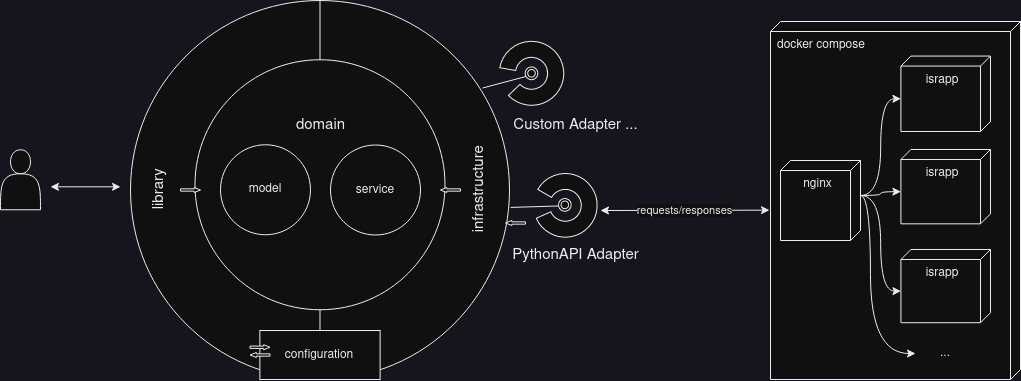
The draw.io diagram images/architecture.png in europeana/metis-image-enhancer, before a commit. Source tidied: cells renumbered, new cells last; positions are measured from the earlier drawing's top-left corner, leaving out a move shared by most shapes. The source it was exported from:
```xml
<mxGraphModel>
  <root>
    <mxCell id="0" />
    <mxCell id="1" parent="0" />
    <mxCell id="2" style="ellipse;whiteSpace=wrap;html=1;" parent="1" vertex="1">
      <mxGeometry x="130" width="379" height="379" as="geometry" />
    </mxCell>
    <mxCell id="3" style="endArrow=none;html=1;rounded=0;exitX=0.5;exitY=1;exitDx=0;exitDy=0;entryX=0.5;entryY=0;entryDx=0;entryDy=0;" parent="1" edge="1" source="11" target="2">
      <mxGeometry relative="1" as="geometry" />
    </mxCell>
    <mxCell id="4" style="ellipse;whiteSpace=wrap;html=1;" parent="1" vertex="1">
      <mxGeometry x="194.5" y="59.2" width="250" height="250" as="geometry" />
    </mxCell>
    <mxCell id="5" value="domain" style="text;strokeColor=none;fillColor=none;html=1;fontSize=15;fontStyle=0;verticalAlign=middle;align=center;" parent="1" vertex="1">
      <mxGeometry x="269.5" y="104.5" width="100" height="40" as="geometry" />
    </mxCell>
    <mxCell id="6" value="library" style="text;strokeColor=none;fillColor=none;html=1;fontSize=15;fontStyle=0;verticalAlign=middle;align=center;rotation=-90;" parent="1" vertex="1">
      <mxGeometry x="110" y="169.2" width="100" height="40" as="geometry" />
    </mxCell>
    <mxCell id="7" value="infrastructure" style="text;strokeColor=none;fillColor=none;html=1;fontSize=15;fontStyle=0;verticalAlign=middle;align=center;rotation=-90;" parent="1" vertex="1">
      <mxGeometry x="430" y="169.2" width="100" height="40" as="geometry" />
    </mxCell>
    <mxCell id="8" value="model" style="ellipse;whiteSpace=wrap;html=1;" parent="1" vertex="1">
      <mxGeometry x="220" y="144.2" width="90" height="90" as="geometry" />
    </mxCell>
    <mxCell id="9" value="service" style="ellipse;whiteSpace=wrap;html=1;" parent="1" vertex="1">
      <mxGeometry x="330" y="144.5" width="90" height="90" as="geometry" />
    </mxCell>
    <mxCell id="10" style="endArrow=none;html=1;rounded=0;exitX=0.5;exitY=1;exitDx=0;exitDy=0;entryX=0.5;entryY=0;entryDx=0;entryDy=0;" parent="1" edge="1" source="2" target="11">
      <mxGeometry relative="1" as="geometry" />
    </mxCell>
    <mxCell id="11" value="configuration" style="rounded=0;whiteSpace=wrap;html=1;" parent="1" vertex="1">
      <mxGeometry x="259.4" y="330" width="120.2" height="49" as="geometry" />
    </mxCell>
    <mxCell id="12" value="PythonAPI Adapter" style="text;strokeColor=none;fillColor=none;html=1;fontSize=15;fontStyle=0;verticalAlign=middle;align=center;" parent="1" vertex="1">
      <mxGeometry x="525" y="234.5" width="100" height="40" as="geometry" />
    </mxCell>
    <mxCell id="13" style="endArrow=classic;startArrow=classic;html=1;rounded=0;" parent="1" edge="1">
      <mxGeometry relative="1" as="geometry">
        <mxPoint x="50" y="186.3" as="sourcePoint" />
        <mxPoint x="120" y="186.3" as="targetPoint" />
      </mxGeometry>
    </mxCell>
    <mxCell id="14" style="shape=actor;whiteSpace=wrap;html=1;" parent="1" vertex="1">
      <mxGeometry y="149.2" width="40" height="60" as="geometry" />
    </mxCell>
    <mxCell id="15" style="shape=singleArrow;whiteSpace=wrap;html=1;arrowWidth=0.46666666666668183;arrowSize=0.31666666666666715;" parent="1" vertex="1">
      <mxGeometry x="180" y="187" width="20" height="5" as="geometry" />
    </mxCell>
    <mxCell id="16" style="shape=singleArrow;whiteSpace=wrap;html=1;arrowWidth=0.46666666666668183;arrowSize=0.31666666666666715;rotation=-180;" parent="1" vertex="1">
      <mxGeometry x="440" y="187" width="20" height="5" as="geometry" />
    </mxCell>
    <mxCell id="17" style="shape=singleArrow;whiteSpace=wrap;html=1;arrowWidth=0.46666666666668183;arrowSize=0.31666666666666715;" parent="1" vertex="1">
      <mxGeometry x="249.5" y="344.2" width="20" height="5" as="geometry" />
    </mxCell>
    <mxCell id="18" style="shape=singleArrow;whiteSpace=wrap;html=1;arrowWidth=0.46666666666668183;arrowSize=0.31666666666666715;rotation=-180;" parent="1" vertex="1">
      <mxGeometry x="249.5" y="352" width="20" height="5" as="geometry" />
    </mxCell>
    <mxCell id="19" style="shape=singleArrow;whiteSpace=wrap;html=1;arrowWidth=0.46666666666668183;arrowSize=0.31666666666666715;rotation=-180;" parent="1" vertex="1">
      <mxGeometry x="505" y="220" width="20" height="5" as="geometry" />
    </mxCell>
    <mxCell id="20" style="endArrow=classic;startArrow=classic;html=1;rounded=0;entryX=0.527;entryY=1.004;entryDx=0;entryDy=0;entryPerimeter=0;" parent="1" edge="1" target="22">
      <mxGeometry relative="1" as="geometry">
        <mxPoint x="600" y="210" as="sourcePoint" />
      </mxGeometry>
    </mxCell>
    <mxCell id="21" value="requests/responses" style="edgeLabel;html=1;align=center;verticalAlign=middle;" parent="20" vertex="1">
      <mxGeometry relative="1" as="geometry" />
    </mxCell>
    <mxCell id="22" value="&lt;div&gt;docker compose&lt;br&gt;&lt;/div&gt;" style="verticalAlign=top;align=left;shape=cube;size=10;direction=south;fontStyle=0;html=1;boundedLbl=1;spacingLeft=5;whiteSpace=wrap;" parent="1" vertex="1">
      <mxGeometry x="770" y="21" width="250" height="358" as="geometry" />
    </mxCell>
    <mxCell id="23" style="rounded=0;jettySize=auto;html=1;exitX=0;exitY=0;exitDx=35;exitDy=0;exitPerimeter=0;entryX=0;entryY=0;entryDx=42.715;entryDy=89.57;entryPerimeter=0;edgeStyle=orthogonalEdgeStyle;curved=1;" parent="22" edge="1" source="27" target="28">
      <mxGeometry relative="1" as="geometry" />
    </mxCell>
    <mxCell id="24" style="rounded=0;jettySize=auto;html=1;exitX=0;exitY=0;exitDx=35;exitDy=0;exitPerimeter=0;entryX=0;entryY=0;entryDx=42.165;entryDy=89.57;entryPerimeter=0;edgeStyle=orthogonalEdgeStyle;curved=1;" parent="22" edge="1" source="27" target="29">
      <mxGeometry relative="1" as="geometry" />
    </mxCell>
    <mxCell id="25" style="edgeStyle=orthogonalEdgeStyle;rounded=0;jettySize=auto;html=1;entryX=0;entryY=0;entryDx=41.615;entryDy=89.57;entryPerimeter=0;elbow=vertical;curved=1;exitX=0;exitY=0;exitDx=35;exitDy=0;exitPerimeter=0;" parent="22" edge="1" source="27" target="30">
      <mxGeometry relative="1" as="geometry" />
    </mxCell>
    <mxCell id="26" style="edgeStyle=orthogonalEdgeStyle;rounded=0;jettySize=auto;html=1;exitX=0;exitY=0;exitDx=35;exitDy=0;exitPerimeter=0;entryX=0;entryY=0.5;entryDx=0;entryDy=0;curved=1;" parent="22" edge="1" source="27" target="31">
      <mxGeometry relative="1" as="geometry">
        <Array as="points">
          <mxPoint x="100" y="174" />
          <mxPoint x="100" y="332" />
        </Array>
      </mxGeometry>
    </mxCell>
    <mxCell id="27" value="nginx" style="verticalAlign=top;align=center;shape=cube;size=10;direction=south;html=1;boundedLbl=1;spacingLeft=5;whiteSpace=wrap;" parent="22" vertex="1">
      <mxGeometry width="80" height="80" relative="1" as="geometry">
        <mxPoint x="10" y="139" as="offset" />
      </mxGeometry>
    </mxCell>
    <mxCell id="28" value="&lt;div&gt;israpp&lt;/div&gt;" style="verticalAlign=top;align=center;shape=cube;size=10;direction=south;html=1;boundedLbl=1;spacingLeft=5;whiteSpace=wrap;" parent="22" vertex="1">
      <mxGeometry x="130.4" y="34.6" width="89.6" height="75.4" as="geometry" />
    </mxCell>
    <mxCell id="29" value="&lt;div&gt;israpp&lt;/div&gt;" style="verticalAlign=top;align=center;shape=cube;size=10;direction=south;html=1;boundedLbl=1;spacingLeft=5;whiteSpace=wrap;" parent="22" vertex="1">
      <mxGeometry x="130.4" y="128" width="89.6" height="74.3" as="geometry" />
    </mxCell>
    <mxCell id="30" value="&lt;div&gt;israpp&lt;/div&gt;" style="verticalAlign=top;align=center;shape=cube;size=10;direction=south;html=1;boundedLbl=1;spacingLeft=5;whiteSpace=wrap;" parent="22" vertex="1">
      <mxGeometry x="130.4" y="228" width="89.6" height="73.2" as="geometry" />
    </mxCell>
    <mxCell id="31" value="..." style="text;html=1;strokeColor=none;fillColor=none;align=center;verticalAlign=middle;whiteSpace=wrap;rounded=0;" parent="22" vertex="1">
      <mxGeometry x="145" y="317" width="60" height="30" as="geometry" />
    </mxCell>
    <mxCell id="32" style="group;rotation=-30;" parent="1" vertex="1">
      <mxGeometry x="475" y="40" width="95" height="90" as="geometry" />
    </mxCell>
    <mxCell id="33" style="verticalLabelPosition=bottom;verticalAlign=top;html=1;shape=mxgraph.basic.partConcEllipse;startAngle=0.25;endAngle=0.1;arcWidth=0.5;rotation=-170;" parent="32" vertex="1">
      <mxGeometry x="23.8" y="0.9" width="64.4" height="63.9" as="geometry" />
    </mxCell>
    <mxCell id="34" style="ellipse;shape=doubleEllipse;whiteSpace=wrap;html=1;rotation=-30;" parent="32" vertex="1">
      <mxGeometry x="49.6" y="26.4" width="12.8" height="12.8" as="geometry" />
    </mxCell>
    <mxCell id="35" style="endArrow=none;html=1;rounded=0;entryX=0;entryY=0.5;entryDx=0;entryDy=0;exitX=0.984;exitY=0.639;exitDx=0;exitDy=0;exitPerimeter=0;" parent="32" edge="1" target="34">
      <mxGeometry relative="1" as="geometry">
        <mxPoint x="7.1" y="47.5" as="sourcePoint" />
      </mxGeometry>
    </mxCell>
    <mxCell id="36" value="Custom Adapter ..." style="text;strokeColor=none;fillColor=none;html=1;fontSize=15;fontStyle=0;verticalAlign=middle;align=center;" parent="1" vertex="1">
      <mxGeometry x="530" y="104.5" width="91" height="40" as="geometry" />
    </mxCell>
    <mxCell id="37" style="group;rotation=-10;" parent="1" vertex="1">
      <mxGeometry x="520" y="160" width="89.7" height="89.7" as="geometry" />
    </mxCell>
    <mxCell id="38" style="verticalLabelPosition=bottom;verticalAlign=top;html=1;shape=mxgraph.basic.partConcEllipse;startAngle=0.25;endAngle=0.1;arcWidth=0.5;rotation=-150;" parent="37" vertex="1">
      <mxGeometry x="13" y="13" width="63.7" height="63.7" as="geometry" />
    </mxCell>
    <mxCell id="39" style="ellipse;shape=doubleEllipse;whiteSpace=wrap;html=1;rotation=-10;" parent="37" vertex="1">
      <mxGeometry x="38" y="38" width="12.7" height="12.7" as="geometry" />
    </mxCell>
    <mxCell id="40" style="endArrow=none;html=1;rounded=0;entryX=0;entryY=0.5;entryDx=0;entryDy=0;exitX=1.003;exitY=0.546;exitDx=0;exitDy=0;exitPerimeter=0;" parent="1" edge="1" source="2" target="39">
      <mxGeometry relative="1" as="geometry" />
    </mxCell>
  </root>
</mxGraphModel>
```
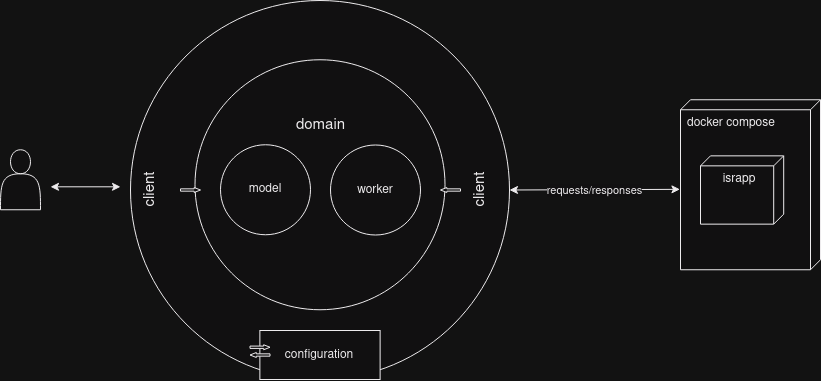
Above is the later version.

The edit, as a diff of the source:
```diff
@@ -5,25 +5,19 @@
     <mxCell id="2" style="ellipse;whiteSpace=wrap;html=1;" parent="1" vertex="1">
       <mxGeometry x="130" width="379" height="379" as="geometry" />
     </mxCell>
-    <mxCell id="3" style="endArrow=none;html=1;rounded=0;exitX=0.5;exitY=1;exitDx=0;exitDy=0;entryX=0.5;entryY=0;entryDx=0;entryDy=0;" parent="1" edge="1" source="11" target="2">
-      <mxGeometry relative="1" as="geometry" />
-    </mxCell>
     <mxCell id="4" style="ellipse;whiteSpace=wrap;html=1;" parent="1" vertex="1">
       <mxGeometry x="194.5" y="59.2" width="250" height="250" as="geometry" />
     </mxCell>
     <mxCell id="5" value="domain" style="text;strokeColor=none;fillColor=none;html=1;fontSize=15;fontStyle=0;verticalAlign=middle;align=center;" parent="1" vertex="1">
       <mxGeometry x="269.5" y="104.5" width="100" height="40" as="geometry" />
     </mxCell>
-    <mxCell id="6" value="library" style="text;strokeColor=none;fillColor=none;html=1;fontSize=15;fontStyle=0;verticalAlign=middle;align=center;rotation=-90;" parent="1" vertex="1">
-      <mxGeometry x="110" y="169.2" width="100" height="40" as="geometry" />
+    <mxCell id="6" value="client" style="text;strokeColor=none;fillColor=none;html=1;fontSize=15;fontStyle=0;verticalAlign=middle;align=center;rotation=-90;" parent="1" vertex="1">
+      <mxGeometry x="430" y="169.5" width="100" height="40" as="geometry" />
     </mxCell>
-    <mxCell id="7" value="infrastructure" style="text;strokeColor=none;fillColor=none;html=1;fontSize=15;fontStyle=0;verticalAlign=middle;align=center;rotation=-90;" parent="1" vertex="1">
-      <mxGeometry x="430" y="169.2" width="100" height="40" as="geometry" />
-    </mxCell>
     <mxCell id="8" value="model" style="ellipse;whiteSpace=wrap;html=1;" parent="1" vertex="1">
       <mxGeometry x="220" y="144.2" width="90" height="90" as="geometry" />
     </mxCell>
-    <mxCell id="9" value="service" style="ellipse;whiteSpace=wrap;html=1;" parent="1" vertex="1">
+    <mxCell id="9" value="worker" style="ellipse;whiteSpace=wrap;html=1;" parent="1" vertex="1">
       <mxGeometry x="330" y="144.5" width="90" height="90" as="geometry" />
     </mxCell>
     <mxCell id="10" style="endArrow=none;html=1;rounded=0;exitX=0.5;exitY=1;exitDx=0;exitDy=0;entryX=0.5;entryY=0;entryDx=0;entryDy=0;" parent="1" edge="1" source="2" target="11">
@@ -32,9 +26,6 @@
     <mxCell id="11" value="configuration" style="rounded=0;whiteSpace=wrap;html=1;" parent="1" vertex="1">
       <mxGeometry x="259.4" y="330" width="120.2" height="49" as="geometry" />
     </mxCell>
-    <mxCell id="12" value="PythonAPI Adapter" style="text;strokeColor=none;fillColor=none;html=1;fontSize=15;fontStyle=0;verticalAlign=middle;align=center;" parent="1" vertex="1">
-      <mxGeometry x="525" y="234.5" width="100" height="40" as="geometry" />
-    </mxCell>
     <mxCell id="13" style="endArrow=classic;startArrow=classic;html=1;rounded=0;" parent="1" edge="1">
       <mxGeometry relative="1" as="geometry">
         <mxPoint x="50" y="186.3" as="sourcePoint" />
@@ -56,82 +47,20 @@
     <mxCell id="18" style="shape=singleArrow;whiteSpace=wrap;html=1;arrowWidth=0.46666666666668183;arrowSize=0.31666666666666715;rotation=-180;" parent="1" vertex="1">
       <mxGeometry x="249.5" y="352" width="20" height="5" as="geometry" />
     </mxCell>
-    <mxCell id="19" style="shape=singleArrow;whiteSpace=wrap;html=1;arrowWidth=0.46666666666668183;arrowSize=0.31666666666666715;rotation=-180;" parent="1" vertex="1">
-      <mxGeometry x="505" y="220" width="20" height="5" as="geometry" />
-    </mxCell>
-    <mxCell id="20" style="endArrow=classic;startArrow=classic;html=1;rounded=0;entryX=0.527;entryY=1.004;entryDx=0;entryDy=0;entryPerimeter=0;" parent="1" edge="1" target="22">
-      <mxGeometry relative="1" as="geometry">
-        <mxPoint x="600" y="210" as="sourcePoint" />
-      </mxGeometry>
+    <mxCell id="20" style="endArrow=classic;startArrow=classic;html=1;rounded=0;entryX=0.527;entryY=1.004;entryDx=0;entryDy=0;entryPerimeter=0;exitX=1;exitY=0.5;exitDx=0;exitDy=0;" parent="1" edge="1" source="2" target="22">
+      <mxGeometry relative="1" as="geometry" />
     </mxCell>
     <mxCell id="21" value="requests/responses" style="edgeLabel;html=1;align=center;verticalAlign=middle;" parent="20" vertex="1">
       <mxGeometry relative="1" as="geometry" />
     </mxCell>
     <mxCell id="22" value="&lt;div&gt;docker compose&lt;br&gt;&lt;/div&gt;" style="verticalAlign=top;align=left;shape=cube;size=10;direction=south;fontStyle=0;html=1;boundedLbl=1;spacingLeft=5;whiteSpace=wrap;" parent="1" vertex="1">
-      <mxGeometry x="770" y="21" width="250" height="358" as="geometry" />
+      <mxGeometry x="680" y="99.2" width="140" height="170" as="geometry" />
     </mxCell>
-    <mxCell id="23" style="rounded=0;jettySize=auto;html=1;exitX=0;exitY=0;exitDx=35;exitDy=0;exitPerimeter=0;entryX=0;entryY=0;entryDx=42.715;entryDy=89.57;entryPerimeter=0;edgeStyle=orthogonalEdgeStyle;curved=1;" parent="22" edge="1" source="27" target="28">
-      <mxGeometry relative="1" as="geometry" />
-    </mxCell>
-    <mxCell id="24" style="rounded=0;jettySize=auto;html=1;exitX=0;exitY=0;exitDx=35;exitDy=0;exitPerimeter=0;entryX=0;entryY=0;entryDx=42.165;entryDy=89.57;entryPerimeter=0;edgeStyle=orthogonalEdgeStyle;curved=1;" parent="22" edge="1" source="27" target="29">
-      <mxGeometry relative="1" as="geometry" />
-    </mxCell>
-    <mxCell id="25" style="edgeStyle=orthogonalEdgeStyle;rounded=0;jettySize=auto;html=1;entryX=0;entryY=0;entryDx=41.615;entryDy=89.57;entryPerimeter=0;elbow=vertical;curved=1;exitX=0;exitY=0;exitDx=35;exitDy=0;exitPerimeter=0;" parent="22" edge="1" source="27" target="30">
-      <mxGeometry relative="1" as="geometry" />
-    </mxCell>
-    <mxCell id="26" style="edgeStyle=orthogonalEdgeStyle;rounded=0;jettySize=auto;html=1;exitX=0;exitY=0;exitDx=35;exitDy=0;exitPerimeter=0;entryX=0;entryY=0.5;entryDx=0;entryDy=0;curved=1;" parent="22" edge="1" source="27" target="31">
-      <mxGeometry relative="1" as="geometry">
-        <Array as="points">
-          <mxPoint x="100" y="174" />
-          <mxPoint x="100" y="332" />
-        </Array>
-      </mxGeometry>
-    </mxCell>
-    <mxCell id="27" value="nginx" style="verticalAlign=top;align=center;shape=cube;size=10;direction=south;html=1;boundedLbl=1;spacingLeft=5;whiteSpace=wrap;" parent="22" vertex="1">
-      <mxGeometry width="80" height="80" relative="1" as="geometry">
-        <mxPoint x="10" y="139" as="offset" />
-      </mxGeometry>
-    </mxCell>
     <mxCell id="28" value="&lt;div&gt;israpp&lt;/div&gt;" style="verticalAlign=top;align=center;shape=cube;size=10;direction=south;html=1;boundedLbl=1;spacingLeft=5;whiteSpace=wrap;" parent="22" vertex="1">
-      <mxGeometry x="130.4" y="34.6" width="89.6" height="75.4" as="geometry" />
+      <mxGeometry x="20" y="56.1" width="83.2" height="68.3" as="geometry" />
     </mxCell>
-    <mxCell id="29" value="&lt;div&gt;israpp&lt;/div&gt;" style="verticalAlign=top;align=center;shape=cube;size=10;direction=south;html=1;boundedLbl=1;spacingLeft=5;whiteSpace=wrap;" parent="22" vertex="1">
-      <mxGeometry x="130.4" y="128" width="89.6" height="74.3" as="geometry" />
-    </mxCell>
-    <mxCell id="30" value="&lt;div&gt;israpp&lt;/div&gt;" style="verticalAlign=top;align=center;shape=cube;size=10;direction=south;html=1;boundedLbl=1;spacingLeft=5;whiteSpace=wrap;" parent="22" vertex="1">
-      <mxGeometry x="130.4" y="228" width="89.6" height="73.2" as="geometry" />
-    </mxCell>
-    <mxCell id="31" value="..." style="text;html=1;strokeColor=none;fillColor=none;align=center;verticalAlign=middle;whiteSpace=wrap;rounded=0;" parent="22" vertex="1">
-      <mxGeometry x="145" y="317" width="60" height="30" as="geometry" />
-    </mxCell>
-    <mxCell id="32" style="group;rotation=-30;" parent="1" vertex="1">
-      <mxGeometry x="475" y="40" width="95" height="90" as="geometry" />
-    </mxCell>
-    <mxCell id="33" style="verticalLabelPosition=bottom;verticalAlign=top;html=1;shape=mxgraph.basic.partConcEllipse;startAngle=0.25;endAngle=0.1;arcWidth=0.5;rotation=-170;" parent="32" vertex="1">
-      <mxGeometry x="23.8" y="0.9" width="64.4" height="63.9" as="geometry" />
-    </mxCell>
-    <mxCell id="34" style="ellipse;shape=doubleEllipse;whiteSpace=wrap;html=1;rotation=-30;" parent="32" vertex="1">
-      <mxGeometry x="49.6" y="26.4" width="12.8" height="12.8" as="geometry" />
-    </mxCell>
-    <mxCell id="35" style="endArrow=none;html=1;rounded=0;entryX=0;entryY=0.5;entryDx=0;entryDy=0;exitX=0.984;exitY=0.639;exitDx=0;exitDy=0;exitPerimeter=0;" parent="32" edge="1" target="34">
-      <mxGeometry relative="1" as="geometry">
-        <mxPoint x="7.1" y="47.5" as="sourcePoint" />
-      </mxGeometry>
-    </mxCell>
-    <mxCell id="36" value="Custom Adapter ..." style="text;strokeColor=none;fillColor=none;html=1;fontSize=15;fontStyle=0;verticalAlign=middle;align=center;" parent="1" vertex="1">
-      <mxGeometry x="530" y="104.5" width="91" height="40" as="geometry" />
-    </mxCell>
-    <mxCell id="37" style="group;rotation=-10;" parent="1" vertex="1">
-      <mxGeometry x="520" y="160" width="89.7" height="89.7" as="geometry" />
-    </mxCell>
-    <mxCell id="38" style="verticalLabelPosition=bottom;verticalAlign=top;html=1;shape=mxgraph.basic.partConcEllipse;startAngle=0.25;endAngle=0.1;arcWidth=0.5;rotation=-150;" parent="37" vertex="1">
-      <mxGeometry x="13" y="13" width="63.7" height="63.7" as="geometry" />
-    </mxCell>
-    <mxCell id="39" style="ellipse;shape=doubleEllipse;whiteSpace=wrap;html=1;rotation=-10;" parent="37" vertex="1">
-      <mxGeometry x="38" y="38" width="12.7" height="12.7" as="geometry" />
-    </mxCell>
-    <mxCell id="40" style="endArrow=none;html=1;rounded=0;entryX=0;entryY=0.5;entryDx=0;entryDy=0;exitX=1.003;exitY=0.546;exitDx=0;exitDy=0;exitPerimeter=0;" parent="1" edge="1" source="2" target="39">
-      <mxGeometry relative="1" as="geometry" />
-    </mxCell>
+    <mxCell id="41" value="client" style="text;strokeColor=none;fillColor=none;html=1;fontSize=15;fontStyle=0;verticalAlign=middle;align=center;rotation=-90;" parent="1" vertex="1">
+      <mxGeometry x="100" y="169.5" width="100" height="40" as="geometry" />
+    </mxCell>
   </root>
 </mxGraphModel>
```
